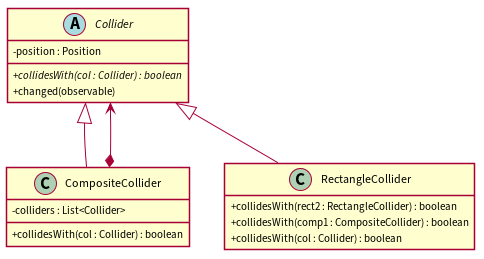
Above: docs/uml/colliders_composite.png in JoaoCostaIFG/LPOO (PlantUML), before the change.
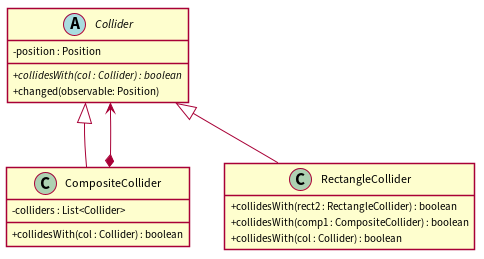
The same diagram one commit later.

Diff of the diagram source:
```diff
@@ -8,7 +8,7 @@
 abstract class Collider {
   - position : Position
   + //collidesWith(col : Collider) : boolean//
-  + changed(observable)
+  + changed(observable: Position)
 }
 class CompositeCollider {
   - colliders : List<Collider>
```
